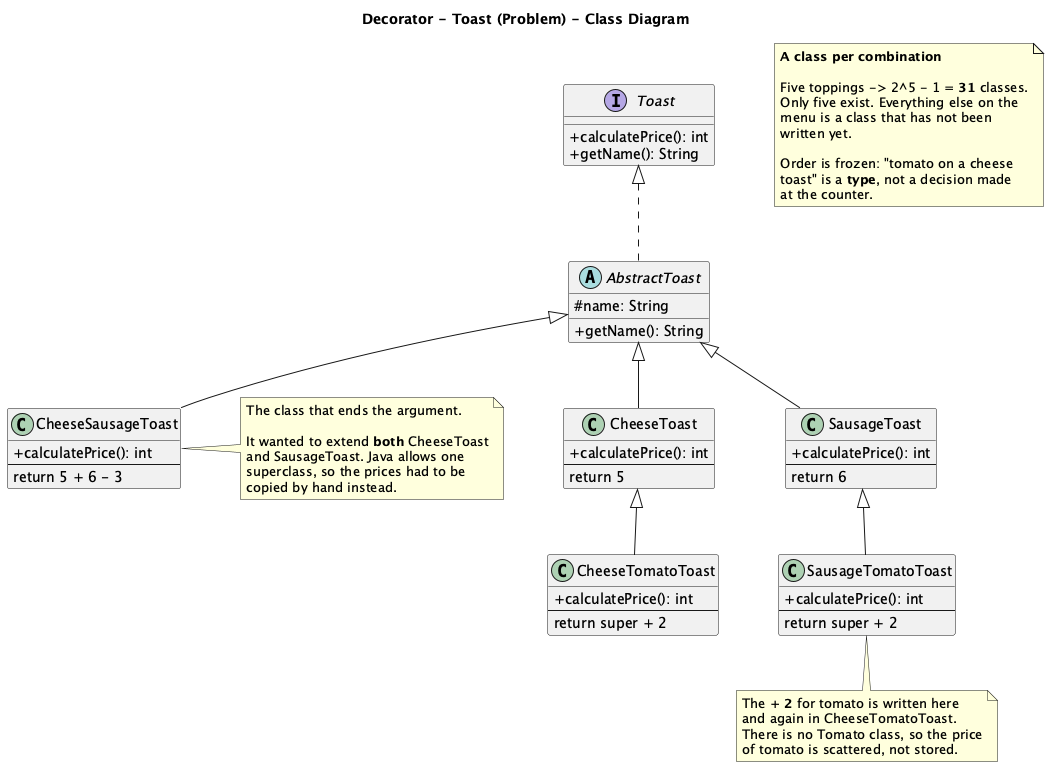
Before: src/main/java/dev/kaldiroglu/dp/structural/decorator/toast/problem/uml/decorator-toast-problem-class-diagram.png, a diagram exported from PlantUML (kaldiroglu/DesignPatternsWithJava). Its source is kept beside it as src/main/java/dev/kaldiroglu/dp/structural/decorator/toast/problem/uml/decorator-toast-problem-class-diagram.puml.
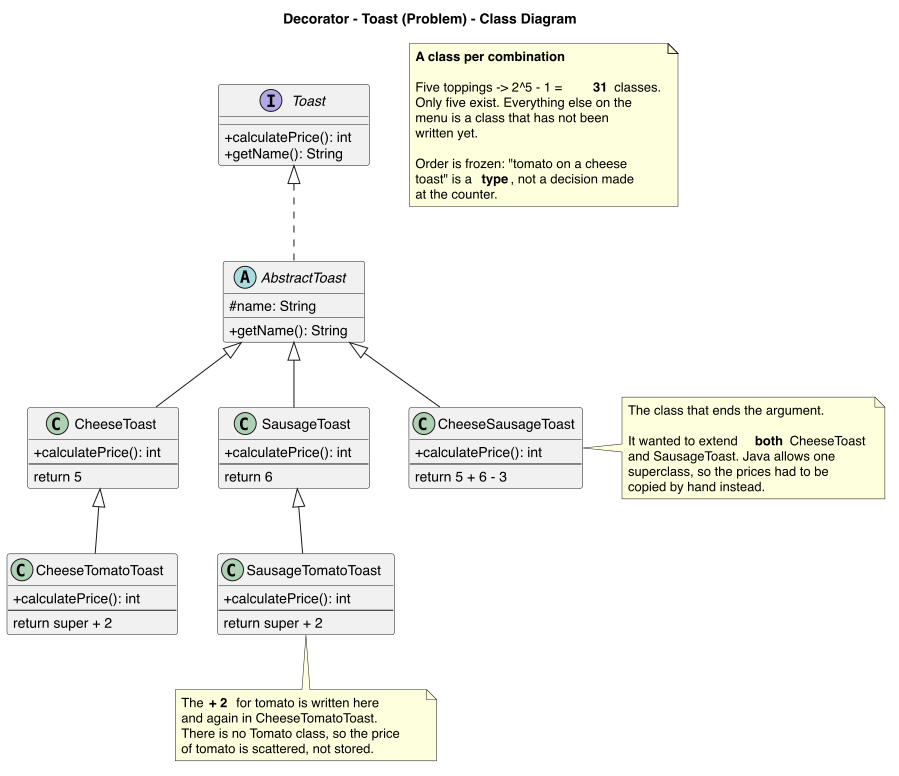
The same file after the commit.

What changed in the source:
```diff
@@ -1,8 +1,9 @@
 @startuml
+skinparam linetype polyline
+skinparam nodesep 40
 title Decorator - Toast (Problem) - Class Diagram
 
 skinparam classAttributeIconSize 0
-skinparam nodesep 60
 skinparam ranksep 55
 
 interface Toast {
@@ -81,4 +82,8 @@
   at the counter.
 end note
 
+AbstractToast -[hidden]- SausageToast
+AbstractToast -[hidden]- SausageToast
+CheeseToast -[hidden]right- SausageToast
+SausageToast -[hidden]right- CheeseSausageToast
 @enduml
```
